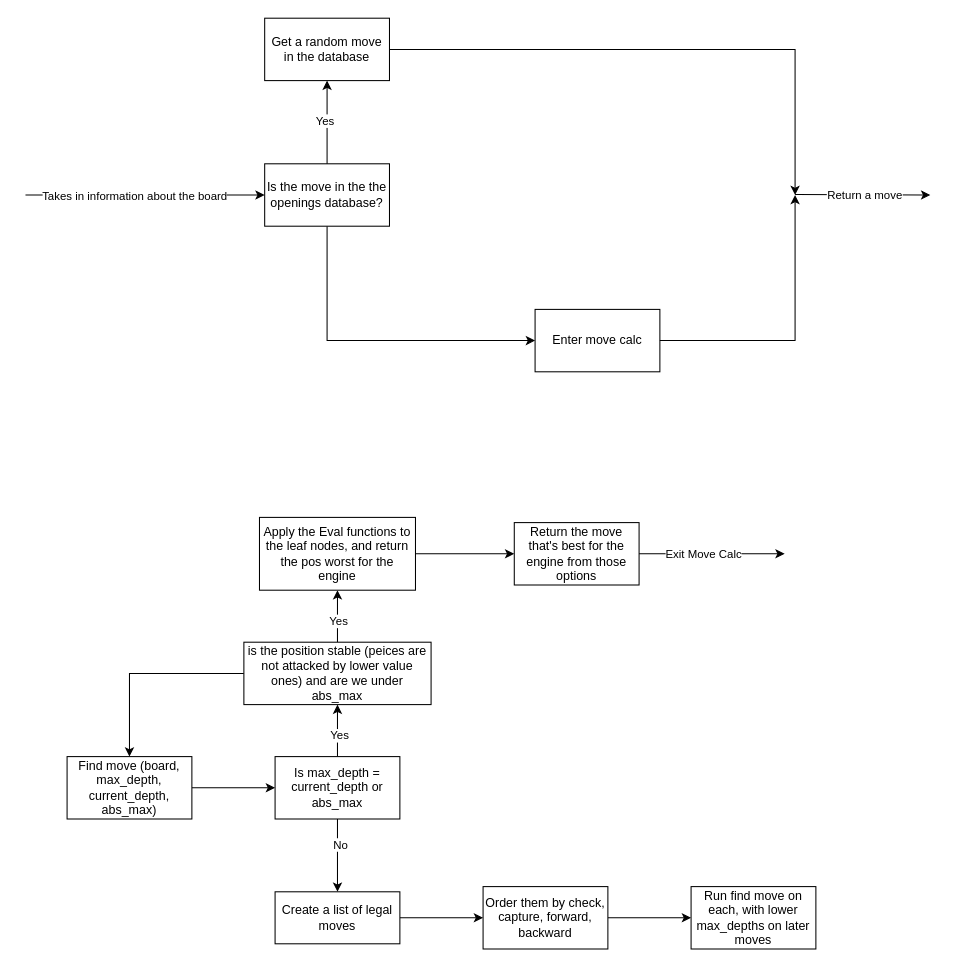
This is plans and notes/UML plans/Chess Engine.drawio from KirilBourakov/PestoFish2, a draw.io file, before an edit. Source tidied: cells renumbered, new cells numbered last; positions are measured from the earlier drawing's top-left corner, leaving out a move shared by most shapes. Both pictures are drawn from the tidied source at 104%, with x=0, y=0 at pixel (25, 18).
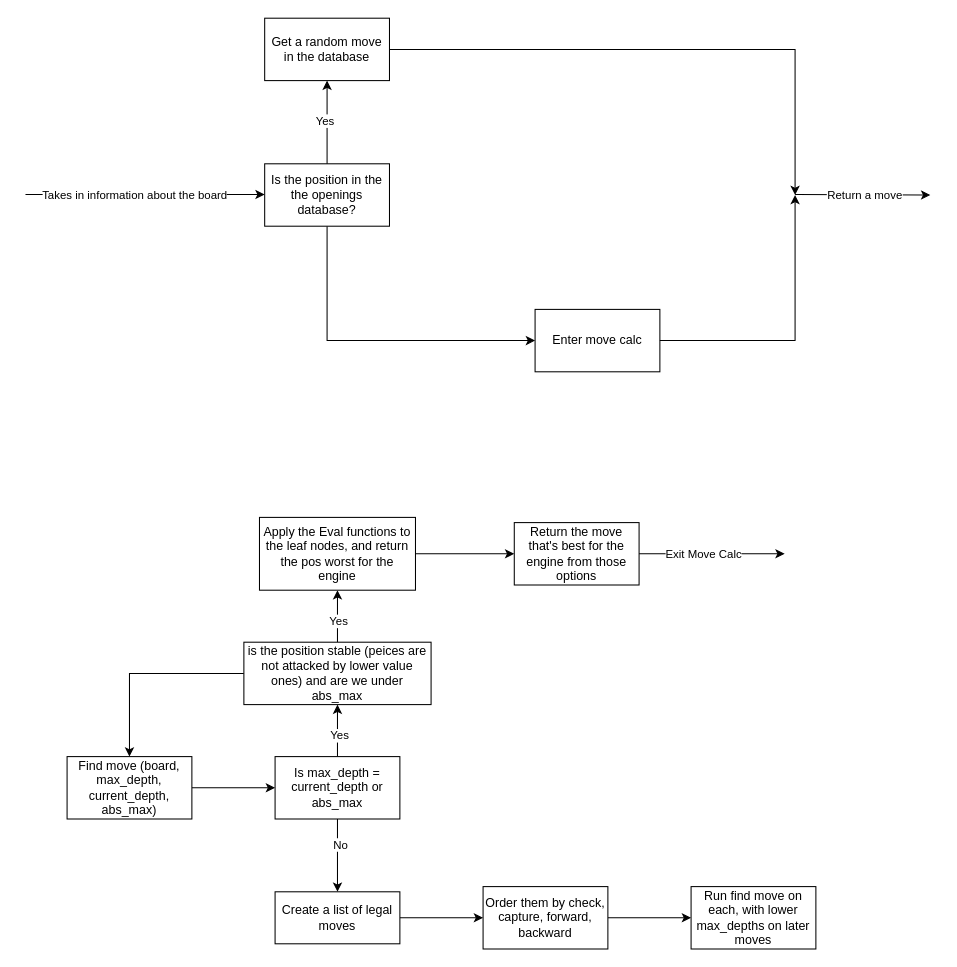
The same diagram, later.

Commit message:
updated chess diagram

Diff of the diagram source:
```diff
@@
-    <mxCell id="2" style="endArrow=classic;html=1;rounded=0;entryX=0;entryY=0.5;entryDx=0;entryDy=0;" parent="1" edge="1" target="5">
+    <mxCell id="2" style="endArrow=classic;html=1;rounded=0;entryX=0;entryY=0.5;entryDx=0;entryDy=0;" parent="1" edge="1">
       <mxGeometry relative="1" as="geometry">
-        <mxPoint y="170" as="sourcePoint" />
+        <mxPoint y="169.5" as="sourcePoint" />
+        <mxPoint x="230" y="169.5" as="targetPoint" />
       </mxGeometry>
     </mxCell>
@@
-    <mxCell id="5" value="Is the move in the the openings database?" style="rounded=0;whiteSpace=wrap;html=1;" parent="1" vertex="1">
+    <mxCell id="5" value="Is the position in the the openings database?" style="rounded=0;whiteSpace=wrap;html=1;" parent="1" vertex="1">
       <mxGeometry x="230" y="140" width="120" height="60" as="geometry" />
     </mxCell>
```
